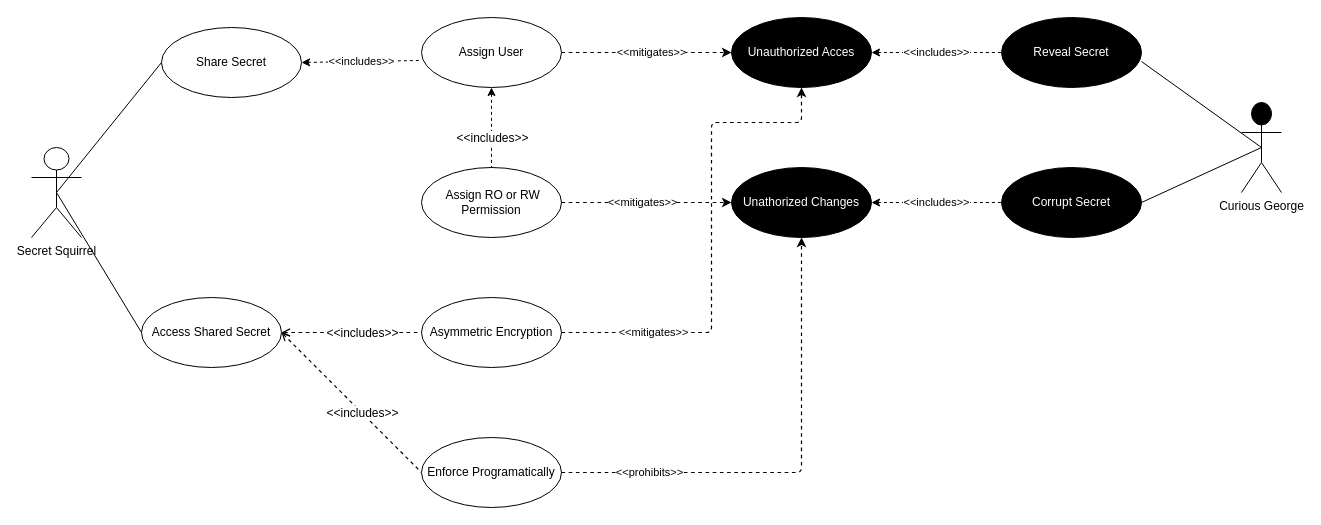
Earlier version of the draw.io diagram page "Sharing" (5 of 5) of Images/Use Cases.drawio (sdfrench/CYBR8420-GotRoot). Source tidied: cells renumbered, new cells numbered last; positions are measured from the earlier drawing's top-left corner, leaving out a move shared by most shapes. Both pictures are drawn from the tidied source at 100%, with x=0, y=0 at pixel (31, 17).
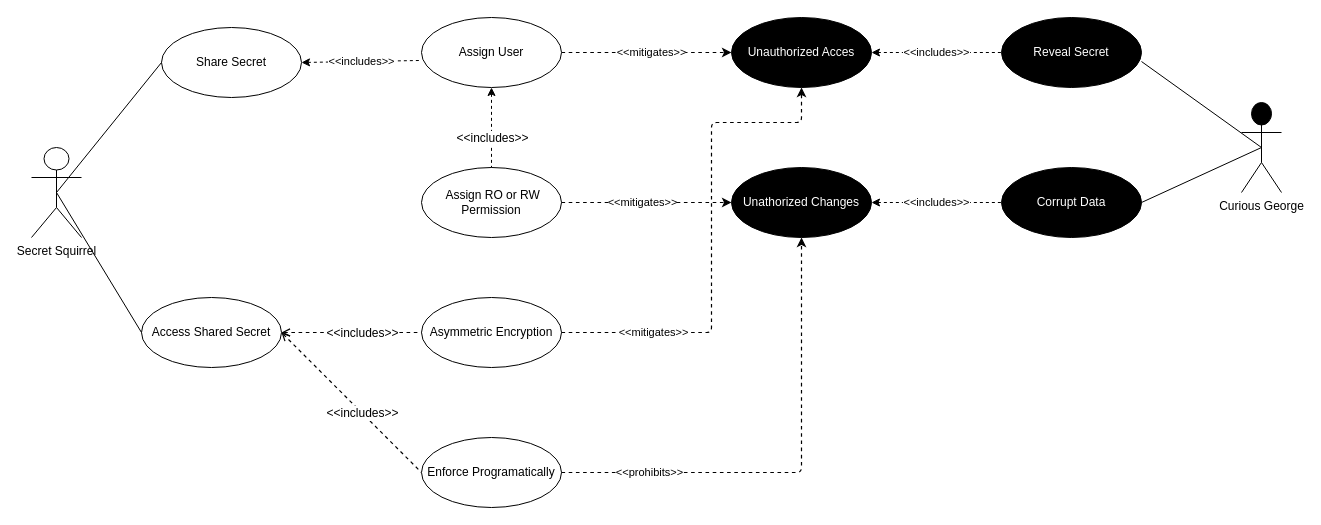
The same diagram, later.

The edit, as a diff of the source:
```diff
@@
-    <mxCell id="7" value="Corrupt Secret" style="ellipse;whiteSpace=wrap;html=1;fillColor=#000000;fontColor=#FFFFFF;" parent="1" vertex="1">
+    <mxCell id="7" value="Corrupt Data" style="ellipse;whiteSpace=wrap;html=1;fillColor=#000000;fontColor=#FFFFFF;" parent="1" vertex="1">
       <mxGeometry x="970" y="150" width="140" height="70" as="geometry" />
     </mxCell>
```
